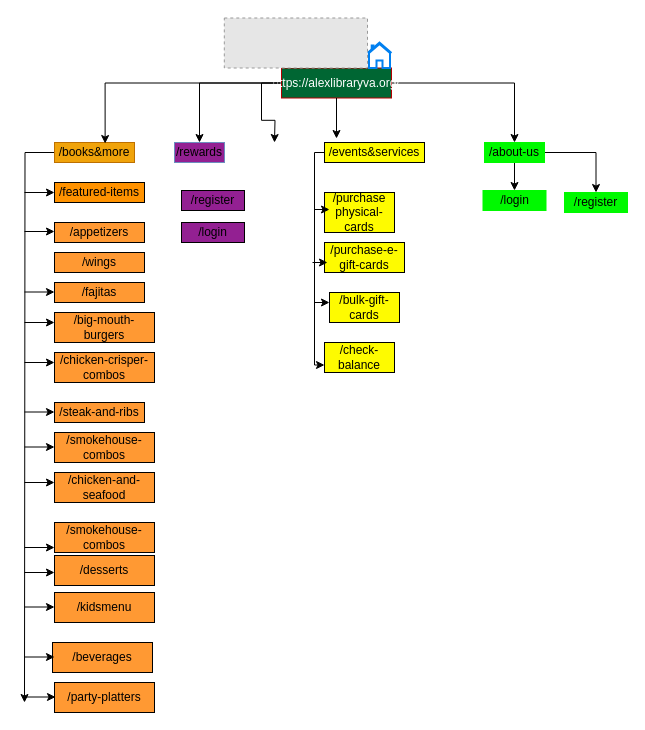
Pao099/AWS keeps this draw.io diagram as page "Alexandria Library Sitemap" (2 of 2) of AlexandriaLibrary.drawio. Above is the earlier version. Source tidied: cells renumbered, new cells numbered last; positions are measured from the earlier drawing's top-left corner, leaving out a move shared by most shapes. Both pictures are drawn from the tidied source at 100%, with x=0, y=0 at pixel (24, 18). Pictures stored in the file or linked from it are replaced by grey dashed boxes.
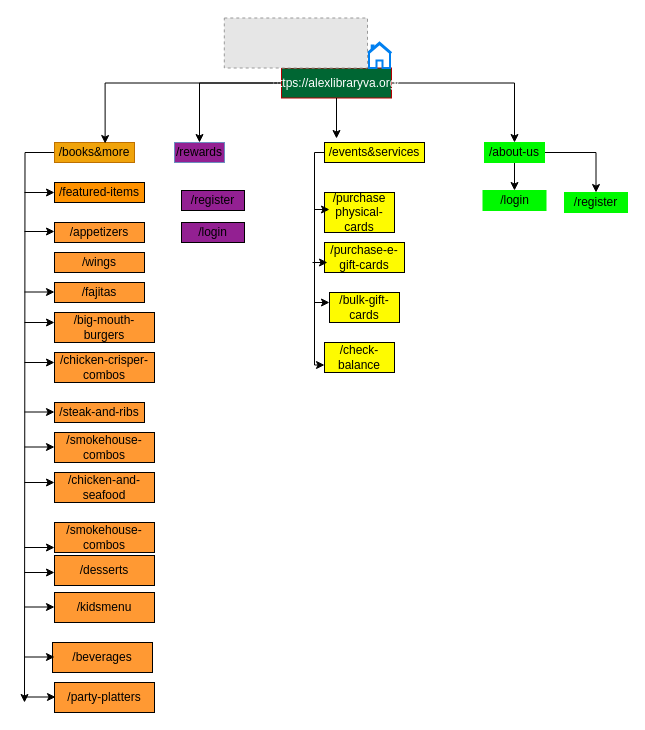
The same diagram, later.

The change refers to these unchanged cells:
```xml
<mxCell id="5" value="https://alexlibraryva.org/" style="rounded=0;whiteSpace=wrap;html=1;fillColor=#006633;fontColor=#ffffff;strokeColor=#B20000;" parent="1" vertex="1">
  <mxGeometry x="257" y="49.5" width="110" height="30" as="geometry" />
</mxCell>
```

Diff of the diagram source:
```diff
@@
-    <mxCell id="4" style="edgeStyle=orthogonalEdgeStyle;rounded=0;jettySize=auto;html=1;" parent="1" edge="1" source="5">
-      <mxGeometry relative="1" as="geometry">
-        <mxPoint x="250" y="124" as="targetPoint" />
-      </mxGeometry>
-    </mxCell>
```
